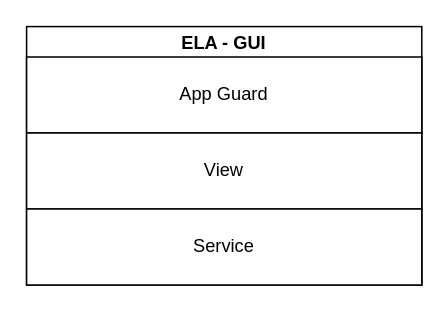
valentin-stamate/ELA keeps this draw.io diagram as page "Page-2" (2 of 3) of diagrams/ela.drawio. Above is the earlier version. Source tidied: cells renumbered, new cells numbered last; positions are measured from the earlier drawing's top-left corner, leaving out a move shared by most shapes. Both pictures are drawn from the tidied source at 152%, with x=0, y=0 at pixel (26, 26).
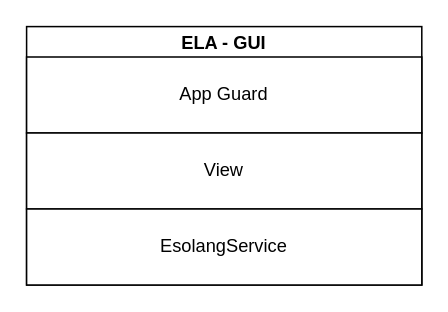
Above is the later version.

What changed in the source:
```diff
@@
 <mxGraphModel>
   <root>
     <mxCell id="0" />
     <mxCell id="1" parent="0" />
     <mxCell id="2" value="&lt;p style=&quot;margin:0px;margin-top:4px;text-align:center;&quot;&gt;&lt;b&gt;ELA - GUI&lt;/b&gt;&lt;/p&gt;&lt;hr size=&quot;1&quot;&gt;&lt;p style=&quot;margin:0px;margin-left:4px;&quot;&gt;&lt;br&gt;&lt;/p&gt;" style="verticalAlign=top;align=left;overflow=fill;fontSize=12;fontFamily=Helvetica;html=1;whiteSpace=wrap;" parent="1" vertex="1">
       <mxGeometry width="260" height="170" as="geometry" />
     </mxCell>
     <mxCell id="3" value="App Guard" style="html=1;whiteSpace=wrap;" parent="1" vertex="1">
       <mxGeometry y="20" width="260" height="50" as="geometry" />
     </mxCell>
     <mxCell id="4" value="View" style="html=1;whiteSpace=wrap;" parent="1" vertex="1">
       <mxGeometry y="70" width="260" height="50" as="geometry" />
     </mxCell>
-    <mxCell id="5" value="Service" style="html=1;whiteSpace=wrap;" parent="1" vertex="1">
+    <mxCell id="5" value="EsolangService" style="html=1;whiteSpace=wrap;" parent="1" vertex="1">
       <mxGeometry y="120" width="260" height="50" as="geometry" />
     </mxCell>
   </root>
 </mxGraphModel>
```
